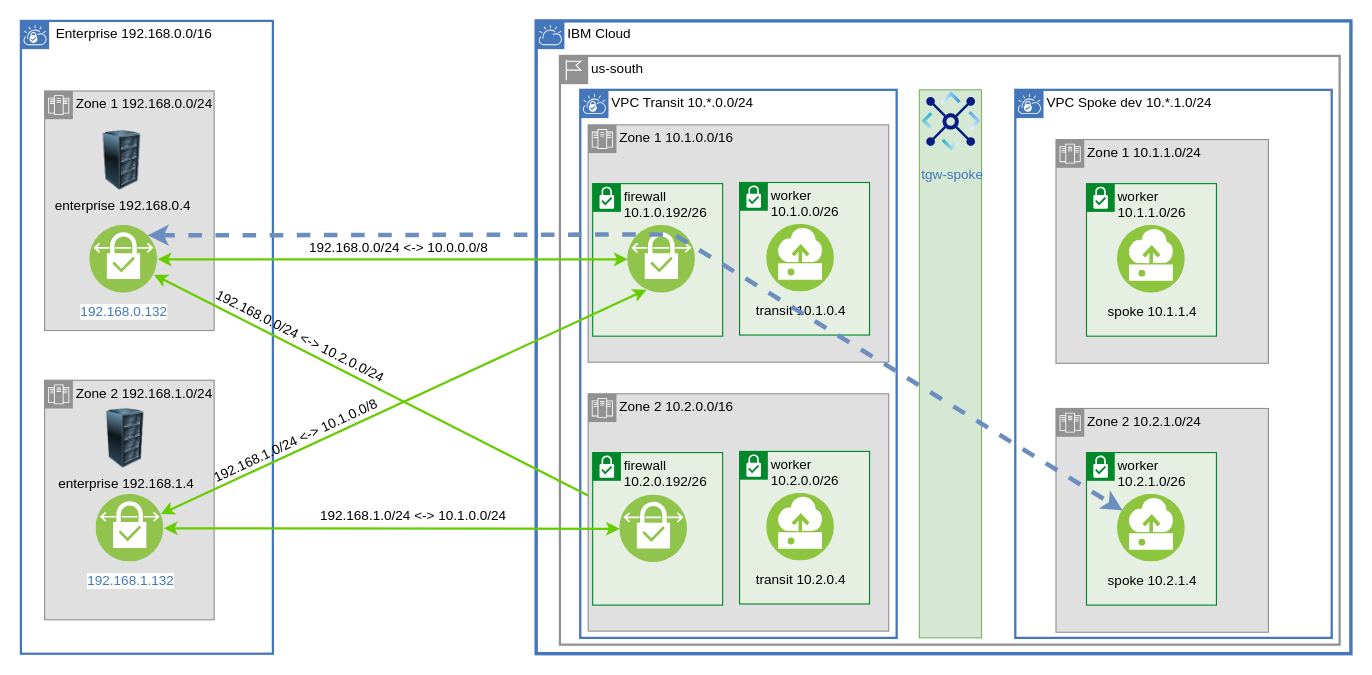
Above: page "vpn-zones" (2 of 18) of images/vpc-transit.drawio in IBM-Cloud/vpc-transit (draw.io), before the change. Source tidied: cells renumbered, new cells numbered last; positions are measured from the earlier drawing's top-left corner, leaving out a move shared by most shapes. Both pictures are drawn from the tidied source at 113%, with x=0, y=0 at pixel (20, -1377).
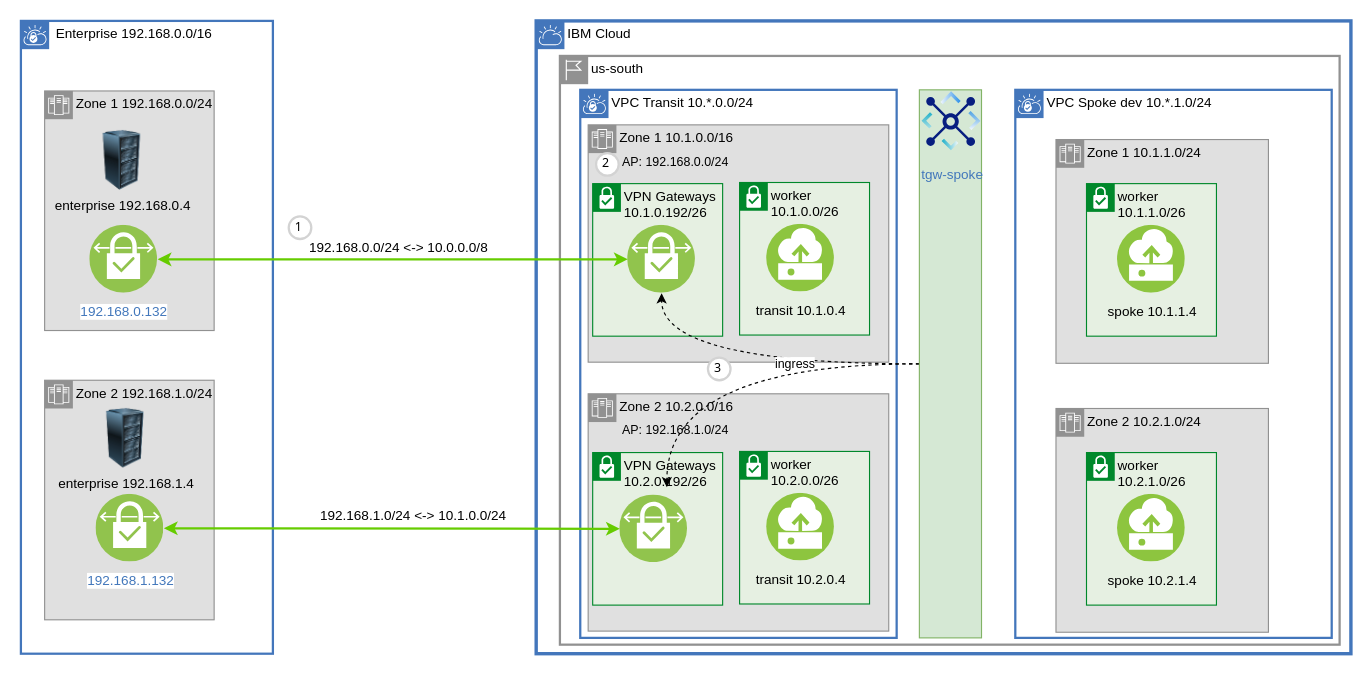
After the change.

Unchanged cells that the change refers to:
```xml
<mxCell id="8" value="192.168.0.132" style="image;perimeter=ellipsePerimeter;html=1;align=center;shadow=0;dashed=0;fontColor=#4277BB;labelBackgroundColor=default;fontSize=12;spacingTop=3;image=img/lib/ibm/vpc/VPNConnection.svg;" parent="1" vertex="1">
  <mxGeometry x="61" y="1418" width="60" height="60" as="geometry" />
</mxCell>
<mxCell id="21" value="spoke 10.2.1.4" style="perimeter=ellipsePerimeter;html=1;align=center;shadow=0;dashed=0;fontColor=black;fontSize=12;spacingTop=3;image;image=img/lib/ibm/vpc/Instance.svg;overflow=visible;noLabel=0;labelBackgroundColor=none;" parent="1" vertex="1">
  <mxGeometry x="970.5" y="1656" width="60" height="60" as="geometry" />
</mxCell>
<mxCell id="22" style="whiteSpace=wrap;html=1;fontFamily=Helvetica;fontSize=11;fillColor=#d5e8d4;strokeColor=#82b366;" parent="1" vertex="1">
  <mxGeometry x="795.1" y="1298" width="55" height="485" as="geometry" />
</mxCell>
<mxCell id="26" value="192.168.1.132" style="image;perimeter=ellipsePerimeter;html=1;align=center;shadow=0;dashed=0;fontColor=#4277BB;labelBackgroundColor=default;fontSize=12;spacingTop=3;image=img/lib/ibm/vpc/VPNConnection.svg;" parent="1" vertex="1">
  <mxGeometry x="66.5" y="1656" width="60" height="60" as="geometry" />
</mxCell>
<mxCell id="28" style="image;perimeter=ellipsePerimeter;html=1;align=center;shadow=0;dashed=0;fontColor=#4277BB;labelBackgroundColor=default;fontSize=12;spacingTop=3;image=img/lib/ibm/vpc/VPNConnection.svg;" parent="1" vertex="1">
  <mxGeometry x="537" y="1418" width="60" height="60" as="geometry" />
</mxCell>
<mxCell id="29" style="image;perimeter=ellipsePerimeter;html=1;align=center;shadow=0;dashed=0;fontColor=#4277BB;labelBackgroundColor=default;fontSize=12;spacingTop=3;image=img/lib/ibm/vpc/VPNConnection.svg;" parent="1" vertex="1">
  <mxGeometry x="530" y="1656.5" width="60" height="60" as="geometry" />
</mxCell>
```

Diff of the diagram source:
```diff
@@
-    <mxCell id="7" style="edgeStyle=none;shape=connector;rounded=0;jettySize=auto;html=1;labelBackgroundColor=default;strokeColor=#66CC00;strokeWidth=2;fontFamily=Helvetica;fontSize=11;fontColor=default;startArrow=classic;startFill=1;endArrow=classic;endFill=1;fillColor=#d5e8d4;" parent="1" edge="1" source="8" target="29">
-      <mxGeometry relative="1" as="geometry" />
-    </mxCell>
@@
-    <mxCell id="15" value="firewall&lt;br&gt;10.1.0.192/26" style="shape=mxgraph.ibm.box;prType=subnet;fontStyle=0;verticalAlign=top;align=left;spacingLeft=32;spacingTop=4;fillColor=#E6F0E2;rounded=0;whiteSpace=wrap;html=1;strokeColor=#00882B;strokeWidth=1;dashed=0;spacing=-4;flipV=0;" parent="1" vertex="1">
+    <mxCell id="15" value="VPN Gateways&lt;br&gt;10.1.0.192/26" style="shape=mxgraph.ibm.box;prType=subnet;fontStyle=0;verticalAlign=top;align=left;spacingLeft=32;spacingTop=4;fillColor=#E6F0E2;rounded=0;whiteSpace=wrap;html=1;strokeColor=#00882B;strokeWidth=1;dashed=0;spacing=-4;flipV=0;" parent="1" vertex="1">
       <mxGeometry x="506" y="1381" width="115" height="135" as="geometry" />
     </mxCell>
@@
-    <mxCell id="19" value="firewall&lt;br&gt;10.2.0.192/26" style="shape=mxgraph.ibm.box;prType=subnet;fontStyle=0;verticalAlign=top;align=left;spacingLeft=32;spacingTop=4;fillColor=#E6F0E2;rounded=0;whiteSpace=wrap;html=1;strokeColor=#00882B;strokeWidth=1;dashed=0;spacing=-4;flipV=0;" parent="1" vertex="1">
+    <mxCell id="19" value="VPN Gateways&lt;br&gt;10.2.0.192/26" style="shape=mxgraph.ibm.box;prType=subnet;fontStyle=0;verticalAlign=top;align=left;spacingLeft=32;spacingTop=4;fillColor=#E6F0E2;rounded=0;whiteSpace=wrap;html=1;strokeColor=#00882B;strokeWidth=1;dashed=0;spacing=-4;flipV=0;" parent="1" vertex="1">
       <mxGeometry x="506" y="1619" width="115" height="135" as="geometry" />
     </mxCell>
@@
+    <mxCell id="43" value="ingress" style="edgeStyle=orthogonalEdgeStyle;shape=connector;curved=1;rounded=0;jettySize=auto;html=1;exitX=0;exitY=0.5;exitDx=0;exitDy=0;dashed=1;labelBackgroundColor=default;strokeColor=#000000;strokeWidth=1;fontFamily=Helvetica;fontSize=11;fontColor=default;startArrow=none;startFill=0;endArrow=classic;endFill=1;fillColor=#d5e8d4;" parent="1" edge="1" source="22" target="28">
+      <mxGeometry x="-0.24" relative="1" as="geometry">
+        <Array as="points">
+          <mxPoint x="567" y="1540" />
+        </Array>
+      </mxGeometry>
+    </mxCell>
+    <mxCell id="44" style="edgeStyle=orthogonalEdgeStyle;shape=connector;curved=1;rounded=0;jettySize=auto;html=1;entryX=0.694;entryY=-0.114;entryDx=0;entryDy=0;entryPerimeter=0;dashed=1;labelBackgroundColor=default;strokeColor=#000000;strokeWidth=1;fontFamily=Helvetica;fontSize=11;fontColor=default;startArrow=none;startFill=0;endArrow=classic;endFill=1;fillColor=#d5e8d4;" parent="1" edge="1" source="22" target="29">
+      <mxGeometry relative="1" as="geometry">
+        <Array as="points">
+          <mxPoint x="572" y="1540" />
+        </Array>
+      </mxGeometry>
+    </mxCell>
@@
-    <mxCell id="25" style="edgeStyle=none;shape=connector;rounded=0;jettySize=auto;html=1;entryX=0.25;entryY=1;entryDx=0;entryDy=0;labelBackgroundColor=default;strokeColor=#66CC00;strokeWidth=2;fontFamily=Helvetica;fontSize=11;fontColor=default;startArrow=classic;startFill=1;endArrow=classic;endFill=1;fillColor=#d5e8d4;" parent="1" edge="1" source="26" target="28">
-      <mxGeometry relative="1" as="geometry" />
-    </mxCell>
@@
-    <mxCell id="34" style="edgeStyle=none;shape=connector;rounded=0;jettySize=auto;html=1;entryX=0;entryY=0.5;entryDx=0;entryDy=0;labelBackgroundColor=default;strokeColor=#66CC00;strokeWidth=2;fontFamily=Helvetica;fontSize=11;fontColor=default;startArrow=classic;startFill=1;endArrow=classic;endFill=1;fillColor=#d5e8d4;" parent="1" edge="1" source="8" target="28">
-      <mxGeometry relative="1" as="geometry" />
-    </mxCell>
@@
-    <mxCell id="37" value="192.168.1.0/24 &amp;lt;-&amp;gt; 10.1.0.0/8" style="text;html=1;align=center;verticalAlign=middle;strokeColor=none;fillColor=none;rotation=-25;" parent="1" vertex="1">
-      <mxGeometry x="155" y="1596" width="176" height="26" as="geometry" />
-    </mxCell>
-    <mxCell id="38" value="192.168.0.0/24 &amp;lt;-&amp;gt; 10.2.0.0/24" style="text;html=1;align=center;verticalAlign=middle;strokeColor=none;fillColor=none;rotation=27;" parent="1" vertex="1">
-      <mxGeometry x="155" y="1503" width="183" height="26" as="geometry" />
-    </mxCell>
-    <mxCell id="39" parent="0" />
-    <mxCell id="40" style="shape=connector;rounded=0;orthogonalLoop=1;jettySize=auto;html=1;entryX=1;entryY=0.75;entryDx=0;entryDy=0;labelBackgroundColor=default;strokeColor=#b85450;strokeWidth=2;fontFamily=Helvetica;fontSize=11;fontColor=default;startArrow=none;startFill=0;endArrow=classic;endFill=1;fillColor=#f8cecc;" parent="39" edge="1">
-      <mxGeometry relative="1" as="geometry">
-        <mxPoint x="248.8" y="76.4" as="targetPoint" />
-        <Array as="points">
-          <mxPoint x="563" y="72" />
-        </Array>
-      </mxGeometry>
-    </mxCell>
-    <mxCell id="41" style="shape=connector;rounded=0;orthogonalLoop=1;jettySize=auto;html=1;entryX=0;entryY=0.25;entryDx=0;entryDy=0;labelBackgroundColor=default;strokeColor=#b85450;strokeWidth=4;fontFamily=Helvetica;fontSize=11;fontColor=default;startArrow=none;startFill=0;endArrow=classic;endFill=1;fillColor=#f8cecc;exitX=0.143;exitY=0.962;exitDx=0;exitDy=0;exitPerimeter=0;" parent="39" edge="1">
-      <mxGeometry relative="1" as="geometry">
-        <mxPoint x="198" as="sourcePoint" />
-        <Array as="points">
-          <mxPoint x="230" y="288" />
-          <mxPoint x="431" y="288" />
-        </Array>
-      </mxGeometry>
-    </mxCell>
-    <mxCell id="42" style="rounded=0;jettySize=auto;html=1;dashed=1;fillColor=#dae8fc;strokeColor=#6c8ebf;strokeWidth=4;exitX=1;exitY=0;exitDx=0;exitDy=0;startArrow=classic;startFill=1;" parent="39" edge="1" source="8" target="21">
-      <mxGeometry relative="1" as="geometry">
-        <Array as="points">
-          <mxPoint x="578" y="1426" />
-        </Array>
-      </mxGeometry>
-    </mxCell>
+    <mxCell id="34" style="edgeStyle=none;shape=connector;rounded=0;jettySize=auto;html=1;entryX=0;entryY=0.5;entryDx=0;entryDy=0;labelBackgroundColor=default;strokeColor=#66CC00;strokeWidth=2;fontFamily=Helvetica;fontSize=11;fontColor=default;startArrow=classic;startFill=1;endArrow=classic;endFill=1;fillColor=#d5e8d4;" parent="1" edge="1" source="8" target="28">
+      <mxGeometry relative="1" as="geometry" />
+    </mxCell>
+    <mxCell id="45" value="AP: 192.168.1.0/24" style="text;html=1;align=center;verticalAlign=middle;strokeColor=none;fillColor=none;fontSize=11;fontFamily=Helvetica;fontColor=default;" parent="1" vertex="1">
+      <mxGeometry x="523" y="1586" width="112" height="25" as="geometry" />
+    </mxCell>
+    <mxCell id="46" value="AP: 192.168.0.0/24" style="text;html=1;align=center;verticalAlign=middle;strokeColor=none;fillColor=none;fontSize=11;fontFamily=Helvetica;fontColor=default;" parent="1" vertex="1">
+      <mxGeometry x="523" y="1349" width="112" height="25" as="geometry" />
+    </mxCell>
+    <mxCell id="47" parent="0" />
+    <mxCell id="48" value="1" style="ellipse;whiteSpace=wrap;html=1;strokeWidth=2;fontFamily=Tahoma;spacingBottom=4;spacingRight=2;strokeColor=#d3d3d3;fontSize=11;fontColor=default;" parent="47" vertex="1">
+      <mxGeometry x="237" y="1410" width="20" height="20" as="geometry" />
+    </mxCell>
+    <mxCell id="49" value="2" style="ellipse;whiteSpace=wrap;html=1;strokeWidth=2;fontFamily=Tahoma;spacingBottom=4;spacingRight=2;strokeColor=#d3d3d3;fontSize=11;fontColor=default;" parent="47" vertex="1">
+      <mxGeometry x="509" y="1354" width="20" height="20" as="geometry" />
+    </mxCell>
+    <mxCell id="50" value="3" style="ellipse;whiteSpace=wrap;html=1;strokeWidth=2;fontFamily=Tahoma;spacingBottom=4;spacingRight=2;strokeColor=#d3d3d3;fontSize=11;fontColor=default;" parent="47" vertex="1">
+      <mxGeometry x="608" y="1535" width="20" height="20" as="geometry" />
+    </mxCell>
```
